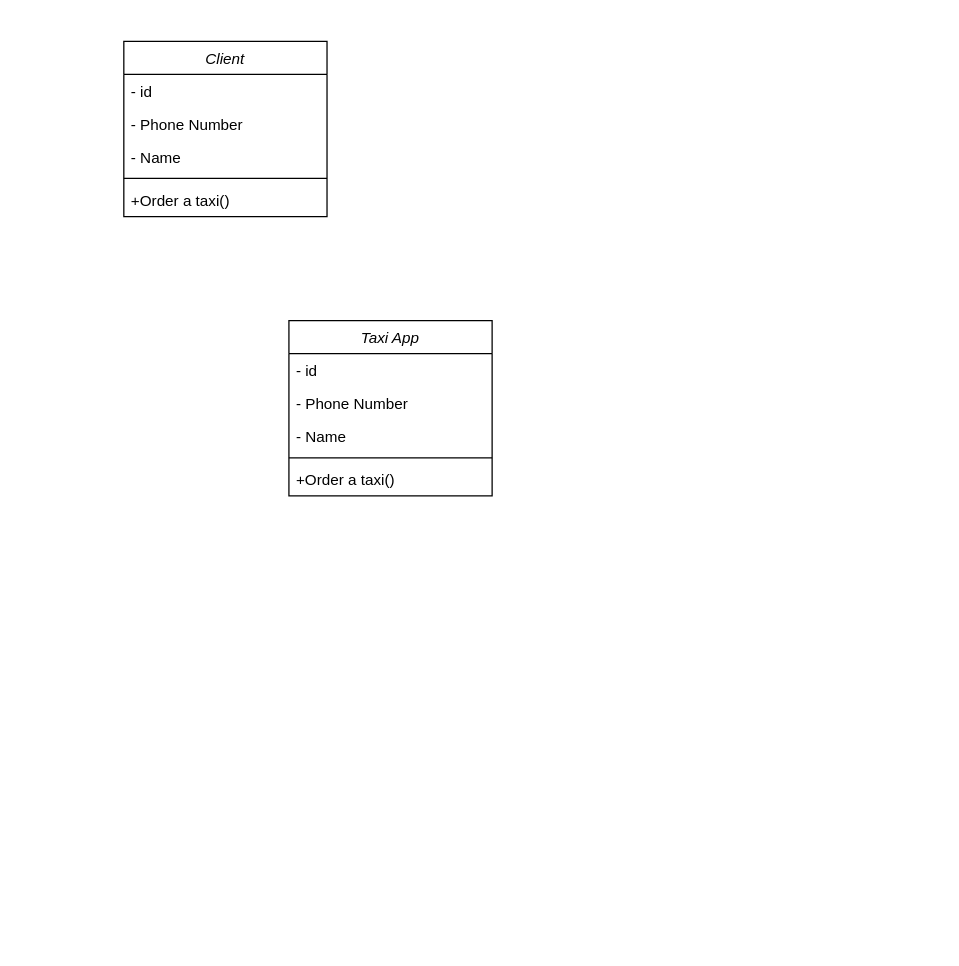
This is Диаграмма классов.drawio from Leewhocan/9_siaod, a draw.io file, before an edit. Source tidied: cells renumbered, new cells numbered last; positions are measured from the earlier drawing's top-left corner, leaving out a move shared by most shapes. Both pictures are drawn from the tidied source at 127%, with x=0, y=0 at pixel (123, 41).
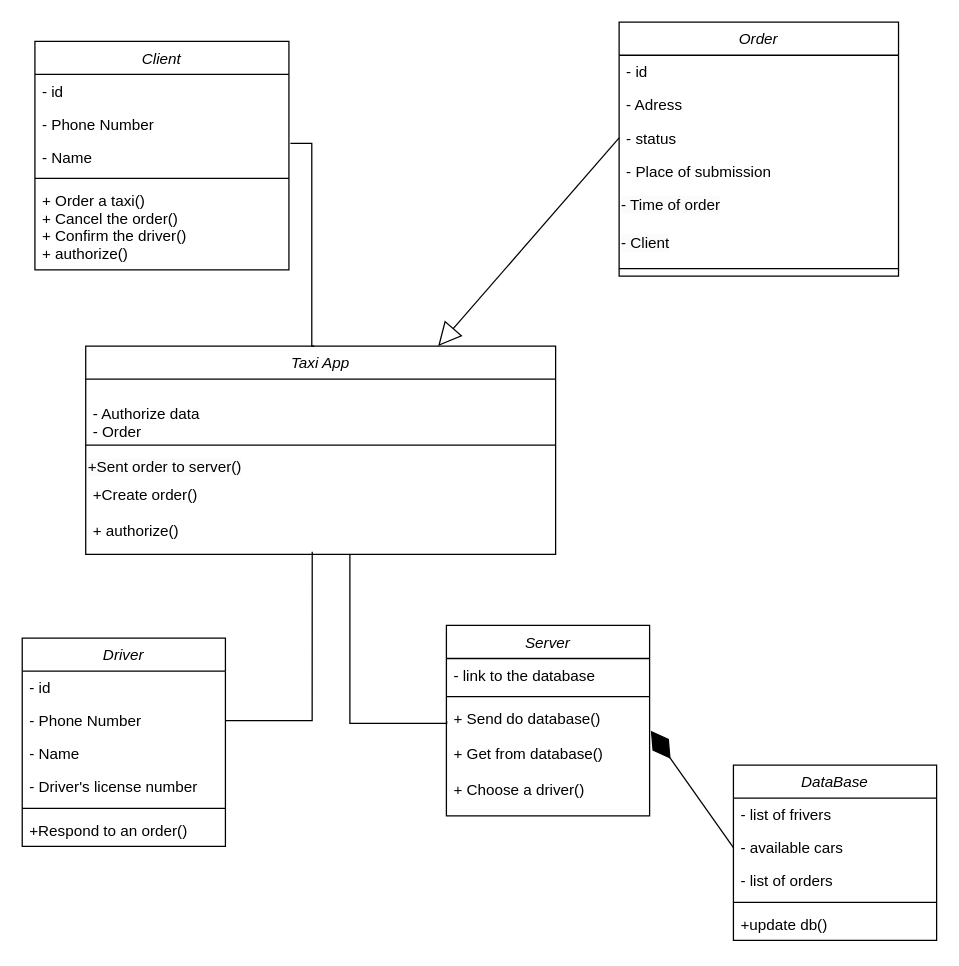
Above is the later version.

Change to the diagram source:
```diff
@@
     <mxCell id="2" value="Сlient" style="swimlane;fontStyle=2;align=center;verticalAlign=top;horizontal=1;startSize=26;rounded=0;shadow=0;strokeWidth=1;" parent="1" vertex="1">
-      <mxGeometry width="160" height="138" as="geometry" />
+      <mxGeometry x="-70" width="200" height="180" as="geometry" />
     </mxCell>
     <mxCell id="3" value="- id" style="text;align=left;verticalAlign=top;spacingLeft=4;spacingRight=4;overflow=hidden;" parent="2" vertex="1">
-      <mxGeometry y="26" width="160" height="26" as="geometry" />
+      <mxGeometry y="26" width="200" height="26" as="geometry" />
     </mxCell>
     <mxCell id="4" value="- Phone Number" style="text;align=left;verticalAlign=top;spacingLeft=4;spacingRight=4;overflow=hidden;rounded=0;shadow=0;html=0;" parent="2" vertex="1">
-      <mxGeometry y="52" width="160" height="26" as="geometry" />
+      <mxGeometry y="52" width="200" height="26" as="geometry" />
     </mxCell>
     <mxCell id="5" value="- Name" style="text;align=left;verticalAlign=top;spacingLeft=4;spacingRight=4;overflow=hidden;points=[[0,0.5],[1,0.5]];portConstraint=eastwest;rounded=0;shadow=0;html=0;" parent="2" vertex="1">
-      <mxGeometry y="78" width="160" height="26" as="geometry" />
+      <mxGeometry y="78" width="200" height="26" as="geometry" />
     </mxCell>
     <mxCell id="6" style="line;html=1;strokeWidth=1;align=left;verticalAlign=middle;spacingTop=-1;spacingLeft=3;spacingRight=3;labelPosition=right;" parent="2" vertex="1">
-      <mxGeometry y="104" width="160" height="8" as="geometry" />
+      <mxGeometry y="104" width="200" height="8" as="geometry" />
     </mxCell>
-    <mxCell id="7" value="+Order a taxi()" style="text;align=left;verticalAlign=top;spacingLeft=4;spacingRight=4;overflow=hidden;" parent="2" vertex="1">
-      <mxGeometry y="112" width="160" height="26" as="geometry" />
+    <mxCell id="7" value="+ Order a taxi()&#10;+ Cancel the order()&#10;+ Confirm the driver()&#10;+ authorize()" style="text;align=left;verticalAlign=top;spacingLeft=4;spacingRight=4;overflow=hidden;" parent="2" vertex="1">
+      <mxGeometry y="112" width="200" height="58" as="geometry" />
     </mxCell>
     <mxCell id="8" value="Taxi App&#10;" style="swimlane;fontStyle=2;align=center;verticalAlign=top;horizontal=1;startSize=26;rounded=0;shadow=0;strokeWidth=1;" parent="1" vertex="1">
-      <mxGeometry x="130" y="220" width="160" height="138" as="geometry" />
+      <mxGeometry x="-30" y="240" width="370" height="164" as="geometry" />
     </mxCell>
+    <mxCell id="11" value="&#10;- Authorize data&#10;- Order" style="text;align=left;verticalAlign=top;spacingLeft=4;spacingRight=4;overflow=hidden;rounded=0;shadow=0;html=0;" parent="8" vertex="1">
+      <mxGeometry y="26" width="370" height="48" as="geometry" />
+    </mxCell>
+    <mxCell id="12" style="line;html=1;strokeWidth=1;align=left;verticalAlign=middle;spacingTop=-1;spacingLeft=3;spacingRight=3;labelPosition=right;" parent="8" vertex="1">
+      <mxGeometry y="74" width="370" height="8" as="geometry" />
+    </mxCell>
+    <mxCell id="14" value="&lt;span style=&quot;color: rgb(0, 0, 0); font-family: Helvetica; font-size: 12px; font-style: normal; font-variant-ligatures: normal; font-variant-caps: normal; font-weight: 400; letter-spacing: normal; orphans: 2; text-align: left; text-indent: 0px; text-transform: none; widows: 2; word-spacing: 0px; -webkit-text-stroke-width: 0px; background-color: rgb(251, 251, 251); text-decoration-thickness: initial; text-decoration-style: initial; text-decoration-color: initial; float: none; display: inline !important;&quot;&gt;+Sent order to server()&lt;/span&gt;" style="text;whiteSpace=wrap;html=1;" parent="8" vertex="1">
+      <mxGeometry y="82" width="370" height="22" as="geometry" />
+    </mxCell>
+    <mxCell id="13" value="+Create order()&#10;&#10;+ authorize()" style="text;align=left;verticalAlign=top;spacingLeft=4;spacingRight=4;overflow=hidden;points=[[0,0.5],[1,0.5]];portConstraint=eastwest;" parent="8" vertex="1">
+      <mxGeometry y="104" width="370" height="60" as="geometry" />
+    </mxCell>
+    <mxCell id="15" value="Server" style="swimlane;fontStyle=2;align=center;verticalAlign=top;horizontal=1;startSize=26;rounded=0;shadow=0;strokeWidth=1;" parent="1" vertex="1">
+      <mxGeometry x="254" y="460" width="160" height="150" as="geometry" />
+    </mxCell>
+    <mxCell id="16" value="- link to the database" style="text;align=left;verticalAlign=top;spacingLeft=4;spacingRight=4;overflow=hidden;" parent="15" vertex="1">
+      <mxGeometry y="26" width="160" height="26" as="geometry" />
+    </mxCell>
+    <mxCell id="17" style="line;html=1;strokeWidth=1;align=left;verticalAlign=middle;spacingTop=-1;spacingLeft=3;spacingRight=3;labelPosition=right;" parent="15" vertex="1">
+      <mxGeometry y="52" width="160" height="8" as="geometry" />
+    </mxCell>
+    <mxCell id="18" value="+ Send do database()&#10;&#10;+ Get from database()&#10;&#10;+ Choose a driver()" style="text;align=left;verticalAlign=top;spacingLeft=4;spacingRight=4;overflow=hidden;points=[[0,0.5],[1,0.5]];portConstraint=eastwest;" parent="15" vertex="1">
+      <mxGeometry y="60" width="160" height="90" as="geometry" />
+    </mxCell>
+    <mxCell id="19" value="Order" style="swimlane;fontStyle=2;align=center;verticalAlign=top;horizontal=1;startSize=26;rounded=0;shadow=0;strokeWidth=1;" parent="1" vertex="1">
+      <mxGeometry x="390" y="-15" width="220" height="200" as="geometry" />
+    </mxCell>
+    <mxCell id="20" value="- id" style="text;align=left;verticalAlign=top;spacingLeft=4;spacingRight=4;overflow=hidden;" parent="19" vertex="1">
+      <mxGeometry y="26" width="220" height="26" as="geometry" />
+    </mxCell>
+    <mxCell id="21" value="- Adress" style="text;align=left;verticalAlign=top;spacingLeft=4;spacingRight=4;overflow=hidden;rounded=0;shadow=0;html=0;" parent="19" vertex="1">
+      <mxGeometry y="52" width="220" height="26" as="geometry" />
+    </mxCell>
+    <mxCell id="22" value="- status" style="text;align=left;verticalAlign=top;spacingLeft=4;spacingRight=4;overflow=hidden;points=[[0,0.5],[1,0.5]];portConstraint=eastwest;rounded=0;shadow=0;html=0;" parent="19" vertex="1">
+      <mxGeometry y="78" width="220" height="26" as="geometry" />
+    </mxCell>
+    <mxCell id="23" value="- Place of submission" style="text;align=left;verticalAlign=top;spacingLeft=4;spacingRight=4;overflow=hidden;rounded=0;shadow=0;html=0;" parent="19" vertex="1">
+      <mxGeometry y="104" width="220" height="26" as="geometry" />
+    </mxCell>
+    <mxCell id="24" value="&lt;span style=&quot;color: rgb(0, 0, 0); font-family: Helvetica; font-size: 12px; font-style: normal; font-variant-ligatures: normal; font-variant-caps: normal; font-weight: 400; letter-spacing: normal; orphans: 2; text-align: left; text-indent: 0px; text-transform: none; widows: 2; word-spacing: 0px; -webkit-text-stroke-width: 0px; background-color: rgb(251, 251, 251); text-decoration-thickness: initial; text-decoration-style: initial; text-decoration-color: initial; float: none; display: inline !important;&quot;&gt;- Time of order&lt;/span&gt;" style="text;whiteSpace=wrap;html=1;" parent="19" vertex="1">
+      <mxGeometry y="130" width="220" height="30" as="geometry" />
+    </mxCell>
+    <mxCell id="25" value="&lt;span style=&quot;color: rgb(0, 0, 0); font-family: Helvetica; font-size: 12px; font-style: normal; font-variant-ligatures: normal; font-variant-caps: normal; font-weight: 400; letter-spacing: normal; orphans: 2; text-align: left; text-indent: 0px; text-transform: none; widows: 2; word-spacing: 0px; -webkit-text-stroke-width: 0px; background-color: rgb(251, 251, 251); text-decoration-thickness: initial; text-decoration-style: initial; text-decoration-color: initial; float: none; display: inline !important;&quot;&gt;- Client&lt;/span&gt;" style="text;whiteSpace=wrap;html=1;" parent="19" vertex="1">
+      <mxGeometry y="160" width="220" height="30" as="geometry" />
+    </mxCell>
+    <mxCell id="26" style="line;html=1;strokeWidth=1;align=left;verticalAlign=middle;spacingTop=-1;spacingLeft=3;spacingRight=3;labelPosition=right;" parent="19" vertex="1">
+      <mxGeometry y="190" width="220" height="8" as="geometry" />
+    </mxCell>
+    <mxCell id="27" value="Driver" style="swimlane;fontStyle=2;align=center;verticalAlign=top;horizontal=1;startSize=26;rounded=0;shadow=0;strokeWidth=1;" parent="1" vertex="1">
+      <mxGeometry x="-80" y="470" width="160" height="164" as="geometry" />
+    </mxCell>
-    <mxCell id="9" value="- id" style="text;align=left;verticalAlign=top;spacingLeft=4;spacingRight=4;overflow=hidden;" parent="8" vertex="1">
+    <mxCell id="9" value="- id" style="text;align=left;verticalAlign=top;spacingLeft=4;spacingRight=4;overflow=hidden;" parent="27" vertex="1">
       <mxGeometry y="26" width="160" height="26" as="geometry" />
     </mxCell>
-    <mxCell id="10" value="- Phone Number" style="text;align=left;verticalAlign=top;spacingLeft=4;spacingRight=4;overflow=hidden;points=[[0,0.5],[1,0.5]];portConstraint=eastwest;rounded=0;shadow=0;html=0;" parent="8" vertex="1">
+    <mxCell id="10" value="- Phone Number" style="text;align=left;verticalAlign=top;spacingLeft=4;spacingRight=4;overflow=hidden;points=[[0,0.5],[1,0.5]];portConstraint=eastwest;rounded=0;shadow=0;html=0;" parent="27" vertex="1">
       <mxGeometry y="52" width="160" height="26" as="geometry" />
     </mxCell>
-    <mxCell id="11" value="- Name" style="text;align=left;verticalAlign=top;spacingLeft=4;spacingRight=4;overflow=hidden;rounded=0;shadow=0;html=0;" parent="8" vertex="1">
-      <mxGeometry y="78" width="160" height="26" as="geometry" />
-    </mxCell>
-    <mxCell id="12" style="line;html=1;strokeWidth=1;align=left;verticalAlign=middle;spacingTop=-1;spacingLeft=3;spacingRight=3;labelPosition=right;" parent="8" vertex="1">
-      <mxGeometry y="104" width="160" height="8" as="geometry" />
-    </mxCell>
-    <mxCell id="13" value="+Order a taxi()" style="text;align=left;verticalAlign=top;spacingLeft=4;spacingRight=4;overflow=hidden;points=[[0,0.5],[1,0.5]];portConstraint=eastwest;" parent="8" vertex="1">
-      <mxGeometry y="112" width="160" height="26" as="geometry" />
-    </mxCell>
+    <mxCell id="28" value="- Name" style="text;align=left;verticalAlign=top;spacingLeft=4;spacingRight=4;overflow=hidden;rounded=0;shadow=0;html=0;" parent="27" vertex="1">
+      <mxGeometry y="78" width="160" height="26" as="geometry" />
+    </mxCell>
+    <mxCell id="29" value="- Driver's license number" style="text;align=left;verticalAlign=top;spacingLeft=4;spacingRight=4;overflow=hidden;rounded=0;shadow=0;html=0;" parent="27" vertex="1">
+      <mxGeometry y="104" width="160" height="26" as="geometry" />
+    </mxCell>
+    <mxCell id="30" style="line;html=1;strokeWidth=1;align=left;verticalAlign=middle;spacingTop=-1;spacingLeft=3;spacingRight=3;labelPosition=right;" parent="27" vertex="1">
+      <mxGeometry y="130" width="160" height="8" as="geometry" />
+    </mxCell>
+    <mxCell id="31" value="+Respond to an order()" style="text;align=left;verticalAlign=top;spacingLeft=4;spacingRight=4;overflow=hidden;" parent="27" vertex="1">
+      <mxGeometry y="138" width="160" height="26" as="geometry" />
+    </mxCell>
+    <mxCell id="32" value="DataBase" style="swimlane;fontStyle=2;align=center;verticalAlign=top;horizontal=1;startSize=26;rounded=0;shadow=0;strokeWidth=1;" parent="1" vertex="1">
+      <mxGeometry x="480" y="570" width="160" height="138" as="geometry" />
+    </mxCell>
+    <mxCell id="33" value="- list of frivers" style="text;align=left;verticalAlign=top;spacingLeft=4;spacingRight=4;overflow=hidden;" parent="32" vertex="1">
+      <mxGeometry y="26" width="160" height="26" as="geometry" />
+    </mxCell>
+    <mxCell id="34" value="- available cars" style="text;align=left;verticalAlign=top;spacingLeft=4;spacingRight=4;overflow=hidden;points=[[0,0.5],[1,0.5]];portConstraint=eastwest;rounded=0;shadow=0;html=0;" parent="32" vertex="1">
+      <mxGeometry y="52" width="160" height="26" as="geometry" />
+    </mxCell>
+    <mxCell id="35" value="- list of orders" style="text;align=left;verticalAlign=top;spacingLeft=4;spacingRight=4;overflow=hidden;rounded=0;shadow=0;html=0;" parent="32" vertex="1">
+      <mxGeometry y="78" width="160" height="26" as="geometry" />
+    </mxCell>
+    <mxCell id="36" style="line;html=1;strokeWidth=1;align=left;verticalAlign=middle;spacingTop=-1;spacingLeft=3;spacingRight=3;labelPosition=right;" parent="32" vertex="1">
+      <mxGeometry y="104" width="160" height="8" as="geometry" />
+    </mxCell>
+    <mxCell id="37" value="+update db()" style="text;align=left;verticalAlign=top;spacingLeft=4;spacingRight=4;overflow=hidden;" parent="32" vertex="1">
+      <mxGeometry y="112" width="160" height="26" as="geometry" />
+    </mxCell>
+    <mxCell id="38" style="endArrow=none;html=1;edgeStyle=orthogonalEdgeStyle;rounded=0;exitX=1.006;exitY=0.092;exitDx=0;exitDy=0;exitPerimeter=0;" parent="1" edge="1" source="5">
+      <mxGeometry relative="1" as="geometry">
+        <mxPoint x="150" y="240" as="targetPoint" />
+        <Array as="points">
+          <mxPoint x="148" y="80" />
+          <mxPoint x="148" y="240" />
+        </Array>
+      </mxGeometry>
+    </mxCell>
+    <mxCell id="39" style="endArrow=block;endSize=16;endFill=0;html=1;rounded=0;entryX=0.75;entryY=0;entryDx=0;entryDy=0;exitX=0;exitY=0.5;exitDx=0;exitDy=0;" parent="1" edge="1" source="22" target="8">
+      <mxGeometry relative="1" as="geometry" />
+    </mxCell>
+    <mxCell id="40" style="endArrow=diamondThin;endFill=1;endSize=24;html=1;rounded=0;entryX=1.006;entryY=0.254;entryDx=0;entryDy=0;entryPerimeter=0;exitX=0;exitY=0.5;exitDx=0;exitDy=0;" parent="1" edge="1" source="34" target="18">
+      <mxGeometry relative="1" as="geometry" />
+    </mxCell>
+    <mxCell id="41" style="endArrow=none;html=1;edgeStyle=orthogonalEdgeStyle;rounded=0;entryX=1;entryY=0.5;entryDx=0;entryDy=0;exitX=0.482;exitY=0.967;exitDx=0;exitDy=0;exitPerimeter=0;" parent="1" edge="1" source="13" target="10">
+      <mxGeometry relative="1" as="geometry">
+        <Array as="points">
+          <mxPoint x="148" y="535" />
+        </Array>
+      </mxGeometry>
+    </mxCell>
+    <mxCell id="42" style="endArrow=none;html=1;edgeStyle=orthogonalEdgeStyle;rounded=0;entryX=0.001;entryY=0.17;entryDx=0;entryDy=0;exitX=0.482;exitY=0.967;exitDx=0;exitDy=0;exitPerimeter=0;entryPerimeter=0;" parent="1" edge="1" target="18">
+      <mxGeometry relative="1" as="geometry">
+        <mxPoint x="178" y="404" as="sourcePoint" />
+        <Array as="points">
+          <mxPoint x="178" y="537" />
+          <mxPoint x="254" y="537" />
+        </Array>
+      </mxGeometry>
+    </mxCell>
```
